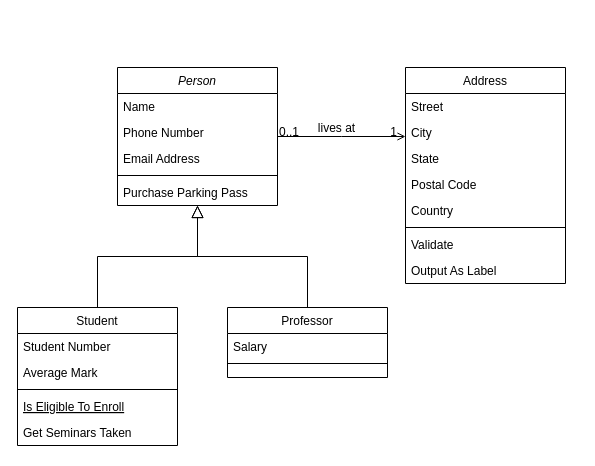
The draw.io diagram Diagrama sem nome.drawio in luazinhaa/TOH, before the edit. Source tidied: cells renumbered, new cells numbered last; positions are measured from the earlier drawing's top-left corner, leaving out a move shared by most shapes. Both pictures are drawn from the tidied source at 100%, with x=0, y=0 at pixel (17, 67).
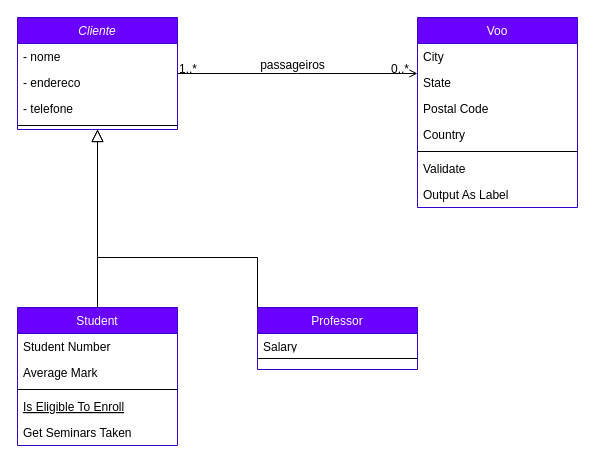
Above is the later version.

Unchanged cells that the change refers to:
```xml
<mxCell id="28" style="endArrow=open;shadow=0;strokeWidth=1;rounded=0;endFill=1;edgeStyle=elbowEdgeStyle;elbow=vertical;" parent="1" edge="1" source="2" target="19">
  <mxGeometry x="0.5" y="41" relative="1" as="geometry">
    <mxPoint x="-40" y="32" as="offset" />
  </mxGeometry>
</mxCell>
```

Diff of the diagram source:
```diff
@@
-    <mxCell id="2" value="Person" style="swimlane;fontStyle=2;align=center;verticalAlign=top;horizontal=1;startSize=26;rounded=0;shadow=0;strokeWidth=1;" parent="1" vertex="1">
-      <mxGeometry x="100" width="160" height="138" as="geometry" />
+    <mxCell id="2" value="Cliente" style="swimlane;fontStyle=2;align=center;verticalAlign=top;horizontal=1;startSize=26;rounded=0;shadow=0;strokeWidth=1;fillColor=#6a00ff;strokeColor=#3700CC;fontColor=#ffffff;" parent="1" vertex="1">
+      <mxGeometry y="-50" width="160" height="112" as="geometry" />
     </mxCell>
-    <mxCell id="3" value="Name" style="text;align=left;verticalAlign=top;spacingLeft=4;spacingRight=4;overflow=hidden;" parent="2" vertex="1">
+    <mxCell id="3" value="- nome" style="text;align=left;verticalAlign=top;spacingLeft=4;spacingRight=4;overflow=hidden;" parent="2" vertex="1">
       <mxGeometry y="26" width="160" height="26" as="geometry" />
     </mxCell>
-    <mxCell id="4" value="Phone Number" style="text;align=left;verticalAlign=top;spacingLeft=4;spacingRight=4;overflow=hidden;rounded=0;shadow=0;html=0;" parent="2" vertex="1">
+    <mxCell id="4" value="- endereco" style="text;align=left;verticalAlign=top;spacingLeft=4;spacingRight=4;overflow=hidden;rounded=0;shadow=0;html=0;" parent="2" vertex="1">
       <mxGeometry y="52" width="160" height="26" as="geometry" />
     </mxCell>
-    <mxCell id="5" value="Email Address" style="text;align=left;verticalAlign=top;spacingLeft=4;spacingRight=4;overflow=hidden;rounded=0;shadow=0;html=0;" parent="2" vertex="1">
+    <mxCell id="5" value="- telefone" style="text;align=left;verticalAlign=top;spacingLeft=4;spacingRight=4;overflow=hidden;rounded=0;shadow=0;html=0;fillColor=none;" parent="2" vertex="1">
       <mxGeometry y="78" width="160" height="26" as="geometry" />
     </mxCell>
@@
-    <mxCell id="7" value="Purchase Parking Pass" style="text;align=left;verticalAlign=top;spacingLeft=4;spacingRight=4;overflow=hidden;" parent="2" vertex="1">
-      <mxGeometry y="112" width="160" height="26" as="geometry" />
-    </mxCell>
-    <mxCell id="8" value="Student" style="swimlane;fontStyle=0;align=center;verticalAlign=top;horizontal=1;startSize=26;rounded=0;shadow=0;strokeWidth=1;" parent="1" vertex="1">
+    <mxCell id="8" value="Student" style="swimlane;fontStyle=0;align=center;verticalAlign=top;horizontal=1;startSize=26;rounded=0;shadow=0;strokeWidth=1;fillColor=#6a00ff;fontColor=#ffffff;strokeColor=#3700CC;" parent="1" vertex="1">
       <mxGeometry y="240" width="160" height="138" as="geometry" />
     </mxCell>
@@
-    <mxCell id="15" value="Professor" style="swimlane;fontStyle=0;align=center;verticalAlign=top;horizontal=1;startSize=26;rounded=0;shadow=0;strokeWidth=1;" parent="1" vertex="1">
-      <mxGeometry x="210" y="240" width="160" height="70" as="geometry" />
+    <mxCell id="15" value="Professor" style="swimlane;fontStyle=0;align=center;verticalAlign=top;horizontal=1;startSize=26;rounded=0;shadow=0;strokeWidth=1;fillColor=#6a00ff;fontColor=#ffffff;strokeColor=#3700CC;" parent="1" vertex="1">
+      <mxGeometry x="240" y="240" width="160" height="62" as="geometry" />
     </mxCell>
     <mxCell id="16" value="Salary" style="text;align=left;verticalAlign=top;spacingLeft=4;spacingRight=4;overflow=hidden;" parent="15" vertex="1">
-      <mxGeometry y="26" width="160" height="26" as="geometry" />
+      <mxGeometry y="26" width="160" height="14" as="geometry" />
     </mxCell>
     <mxCell id="17" style="line;html=1;strokeWidth=1;align=left;verticalAlign=middle;spacingTop=-1;spacingLeft=3;spacingRight=3;labelPosition=right;" parent="15" vertex="1">
-      <mxGeometry y="52" width="160" height="8" as="geometry" />
+      <mxGeometry y="40" width="160" height="22" as="geometry" />
     </mxCell>
-    <mxCell id="18" style="endArrow=block;endSize=10;endFill=0;shadow=0;strokeWidth=1;rounded=0;edgeStyle=elbowEdgeStyle;elbow=vertical;" parent="1" edge="1" source="15" target="2">
-      <mxGeometry relative="1" as="geometry" />
+    <mxCell id="18" style="endArrow=block;endSize=10;endFill=0;shadow=0;strokeWidth=1;rounded=0;edgeStyle=elbowEdgeStyle;elbow=vertical;exitX=0;exitY=0;exitDx=0;exitDy=0;" parent="1" edge="1" source="15" target="2">
+      <mxGeometry relative="1" as="geometry">
+        <Array as="points">
+          <mxPoint x="80" y="190" />
+        </Array>
+      </mxGeometry>
     </mxCell>
-    <mxCell id="19" value="Address" style="swimlane;fontStyle=0;align=center;verticalAlign=top;horizontal=1;startSize=26;rounded=0;shadow=0;strokeWidth=1;" parent="1" vertex="1">
-      <mxGeometry x="388" width="160" height="216" as="geometry" />
+    <mxCell id="19" value="Voo" style="swimlane;fontStyle=0;align=center;verticalAlign=top;horizontal=1;startSize=26;rounded=0;shadow=0;strokeWidth=1;fillColor=#6a00ff;fontColor=#ffffff;strokeColor=#3700CC;" parent="1" vertex="1">
+      <mxGeometry x="400" y="-50" width="160" height="190" as="geometry" />
     </mxCell>
-    <mxCell id="20" value="Street" style="text;align=left;verticalAlign=top;spacingLeft=4;spacingRight=4;overflow=hidden;" parent="19" vertex="1">
-      <mxGeometry y="26" width="160" height="26" as="geometry" />
-    </mxCell>
     <mxCell id="21" value="City" style="text;align=left;verticalAlign=top;spacingLeft=4;spacingRight=4;overflow=hidden;rounded=0;shadow=0;html=0;" parent="19" vertex="1">
-      <mxGeometry y="52" width="160" height="26" as="geometry" />
+      <mxGeometry y="26" width="160" height="26" as="geometry" />
     </mxCell>
     <mxCell id="22" value="State" style="text;align=left;verticalAlign=top;spacingLeft=4;spacingRight=4;overflow=hidden;rounded=0;shadow=0;html=0;" parent="19" vertex="1">
-      <mxGeometry y="78" width="160" height="26" as="geometry" />
+      <mxGeometry y="52" width="160" height="26" as="geometry" />
     </mxCell>
     <mxCell id="23" value="Postal Code" style="text;align=left;verticalAlign=top;spacingLeft=4;spacingRight=4;overflow=hidden;rounded=0;shadow=0;html=0;" parent="19" vertex="1">
-      <mxGeometry y="104" width="160" height="26" as="geometry" />
+      <mxGeometry y="78" width="160" height="26" as="geometry" />
     </mxCell>
     <mxCell id="24" value="Country" style="text;align=left;verticalAlign=top;spacingLeft=4;spacingRight=4;overflow=hidden;rounded=0;shadow=0;html=0;" parent="19" vertex="1">
-      <mxGeometry y="130" width="160" height="26" as="geometry" />
+      <mxGeometry y="104" width="160" height="26" as="geometry" />
     </mxCell>
     <mxCell id="25" style="line;html=1;strokeWidth=1;align=left;verticalAlign=middle;spacingTop=-1;spacingLeft=3;spacingRight=3;labelPosition=right;" parent="19" vertex="1">
-      <mxGeometry y="156" width="160" height="8" as="geometry" />
+      <mxGeometry y="130" width="160" height="8" as="geometry" />
     </mxCell>
     <mxCell id="26" value="Validate" style="text;align=left;verticalAlign=top;spacingLeft=4;spacingRight=4;overflow=hidden;" parent="19" vertex="1">
-      <mxGeometry y="164" width="160" height="26" as="geometry" />
+      <mxGeometry y="138" width="160" height="26" as="geometry" />
     </mxCell>
     <mxCell id="27" value="Output As Label" style="text;align=left;verticalAlign=top;spacingLeft=4;spacingRight=4;overflow=hidden;" parent="19" vertex="1">
-      <mxGeometry y="190" width="160" height="26" as="geometry" />
+      <mxGeometry y="164" width="160" height="26" as="geometry" />
     </mxCell>
@@
-    <mxCell id="29" value="0..1" style="align=left;verticalAlign=bottom;labelBackgroundColor=none;fontSize=12;" parent="28" vertex="1">
+    <mxCell id="29" value="1..*" style="align=left;verticalAlign=bottom;labelBackgroundColor=none;fontSize=12;" parent="28" vertex="1">
       <mxGeometry x="-1" relative="1" as="geometry">
         <mxPoint y="4" as="offset" />
       </mxGeometry>
     </mxCell>
-    <mxCell id="30" value="1" style="align=right;verticalAlign=bottom;labelBackgroundColor=none;fontSize=12;" parent="28" vertex="1">
+    <mxCell id="30" value="0..*" style="align=right;verticalAlign=bottom;labelBackgroundColor=none;fontSize=12;" parent="28" vertex="1">
       <mxGeometry x="1" relative="1" as="geometry">
         <mxPoint x="-7" y="4" as="offset" />
       </mxGeometry>
     </mxCell>
-    <mxCell id="31" value="lives at" style="text;html=1;align=center;verticalAlign=middle;labelBackgroundColor=none;rounded=0;shadow=0;strokeWidth=1;fontSize=12;" parent="28" vertex="1">
+    <mxCell id="31" value="passageiros" style="text;html=1;align=center;verticalAlign=middle;labelBackgroundColor=none;rounded=0;shadow=0;strokeWidth=1;fontSize=12;" parent="28" vertex="1">
       <mxGeometry x="0.5" y="49" relative="1" as="geometry">
-        <mxPoint x="-38" y="40" as="offset" />
+        <mxPoint x="-66" y="40" as="offset" />
       </mxGeometry>
     </mxCell>
```
